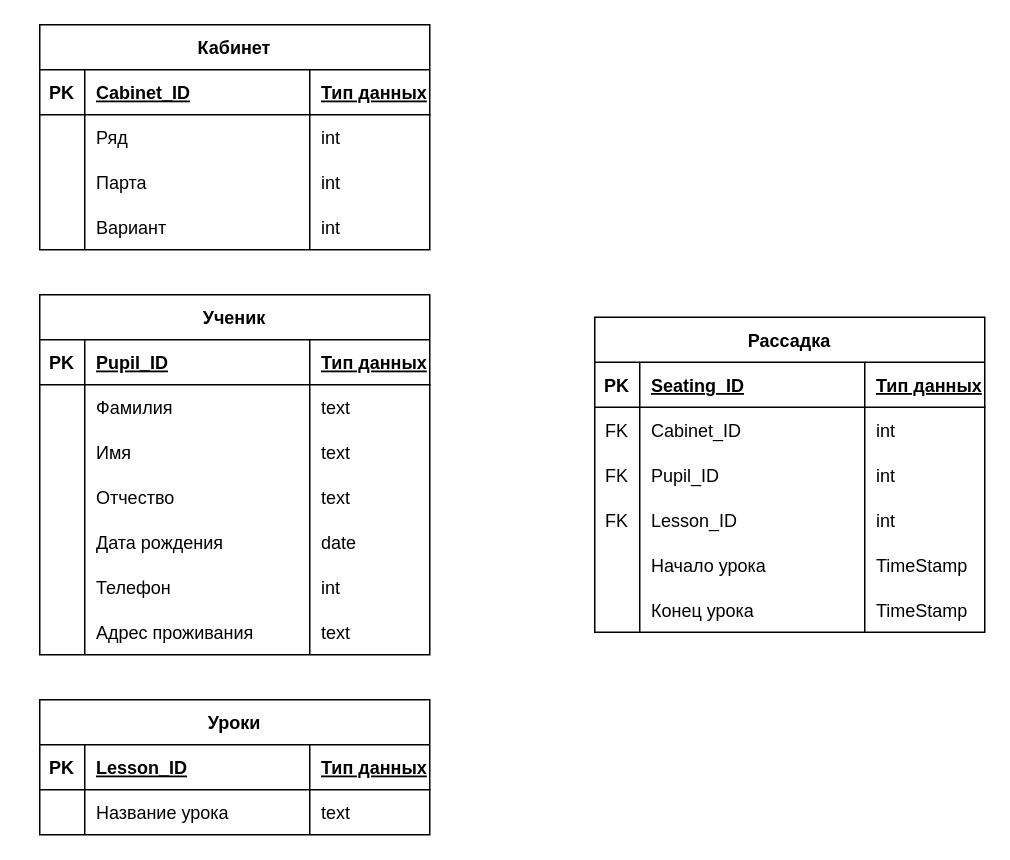
Above: HM3.drawio in AlexRDN8/Intro_DataBase_HM3 (draw.io), before the change. Source tidied: cells renumbered, new cells numbered last; positions are measured from the earlier drawing's top-left corner, leaving out a move shared by most shapes. Both pictures are drawn from the tidied source at 150%, with x=0, y=0 at pixel (39, 24).
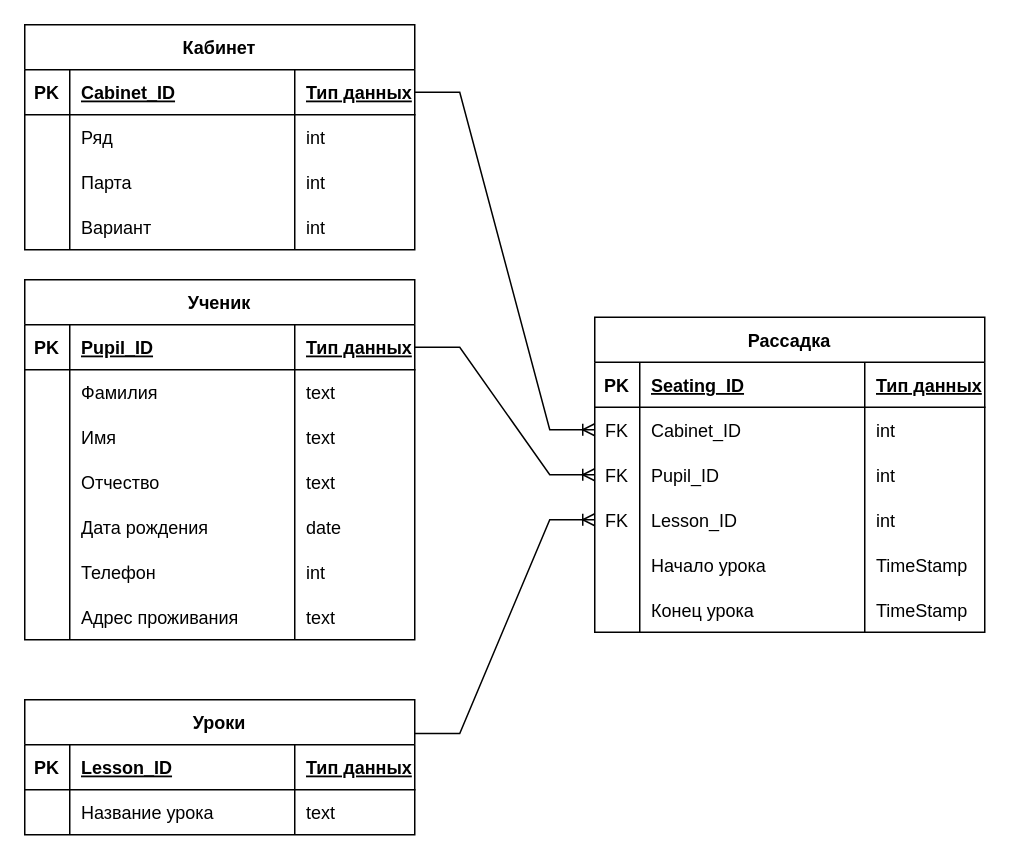
After the change.

The change refers to these unchanged cells:
```xml
<mxCell id="3" style="shape=tableRow;horizontal=0;startSize=0;swimlaneHead=0;swimlaneBody=0;fillColor=none;points=[[0,0.5],[1,0.5]];portConstraint=eastwest;top=0;left=0;right=0;bottom=1;" parent="2" vertex="1">
  <mxGeometry y="30" width="260" height="30" as="geometry" />
</mxCell>
<mxCell id="20" style="shape=tableRow;horizontal=0;startSize=0;swimlaneHead=0;swimlaneBody=0;fillColor=none;points=[[0,0.5],[1,0.5]];portConstraint=eastwest;top=0;left=0;right=0;bottom=1;" parent="19" vertex="1">
  <mxGeometry y="30" width="260" height="30" as="geometry" />
</mxCell>
<mxCell id="53" style="shape=tableRow;horizontal=0;startSize=0;swimlaneHead=0;swimlaneBody=0;fillColor=none;points=[[0,0.5],[1,0.5]];portConstraint=eastwest;top=0;left=0;right=0;bottom=0;" parent="48" vertex="1">
  <mxGeometry y="60" width="260" height="30" as="geometry" />
</mxCell>
<mxCell id="57" style="shape=tableRow;horizontal=0;startSize=0;swimlaneHead=0;swimlaneBody=0;fillColor=none;points=[[0,0.5],[1,0.5]];portConstraint=eastwest;top=0;left=0;right=0;bottom=0;" parent="48" vertex="1">
  <mxGeometry y="90" width="260" height="30" as="geometry" />
</mxCell>
<mxCell id="61" style="shape=tableRow;horizontal=0;startSize=0;swimlaneHead=0;swimlaneBody=0;fillColor=none;points=[[0,0.5],[1,0.5]];portConstraint=eastwest;top=0;left=0;right=0;bottom=0;" parent="48" vertex="1">
  <mxGeometry y="120" width="260" height="30" as="geometry" />
</mxCell>
```

Change to the diagram source:
```diff
@@
     <mxCell id="2" value="Кабинет" style="shape=table;startSize=30;childLayout=tableLayout;rowLines=0;fontStyle=1;align=center;" parent="1" vertex="1">
-      <mxGeometry width="260" height="150" as="geometry" />
+      <mxGeometry x="-10" width="260" height="150" as="geometry" />
     </mxCell>
@@
     <mxCell id="19" value="Ученик" style="shape=table;startSize=30;childLayout=tableLayout;rowLines=0;fontStyle=1;align=center;" parent="1" vertex="1">
-      <mxGeometry y="180" width="260" height="240" as="geometry" />
+      <mxGeometry x="-10" y="170" width="260" height="240" as="geometry" />
     </mxCell>
@@
     <mxCell id="73" value="Уроки" style="shape=table;startSize=30;childLayout=tableLayout;rowLines=0;fontStyle=1;align=center;" parent="1" vertex="1">
-      <mxGeometry y="450" width="260" height="90" as="geometry" />
+      <mxGeometry x="-10" y="450" width="260" height="90" as="geometry" />
     </mxCell>
@@
+    <mxCell id="82" style="edgeStyle=entityRelationEdgeStyle;fontSize=12;html=1;endArrow=ERoneToMany;rounded=0;exitX=1;exitY=0.25;exitDx=0;exitDy=0;entryX=0;entryY=0.5;entryDx=0;entryDy=0;" parent="1" edge="1" source="73" target="61">
+      <mxGeometry relative="1" as="geometry" />
+    </mxCell>
+    <mxCell id="83" style="edgeStyle=entityRelationEdgeStyle;fontSize=12;html=1;endArrow=ERoneToMany;rounded=0;exitX=1;exitY=0.5;exitDx=0;exitDy=0;entryX=0;entryY=0.5;entryDx=0;entryDy=0;" parent="1" edge="1" source="20" target="57">
+      <mxGeometry x="-0.64" y="-54" relative="1" as="geometry" />
+    </mxCell>
+    <mxCell id="84" style="edgeStyle=entityRelationEdgeStyle;fontSize=12;html=1;endArrow=ERoneToMany;rounded=0;exitX=1;exitY=0.5;exitDx=0;exitDy=0;entryX=0;entryY=0.5;entryDx=0;entryDy=0;" parent="1" edge="1" source="3" target="53">
+      <mxGeometry x="1" y="90" relative="1" as="geometry" />
+    </mxCell>
```
